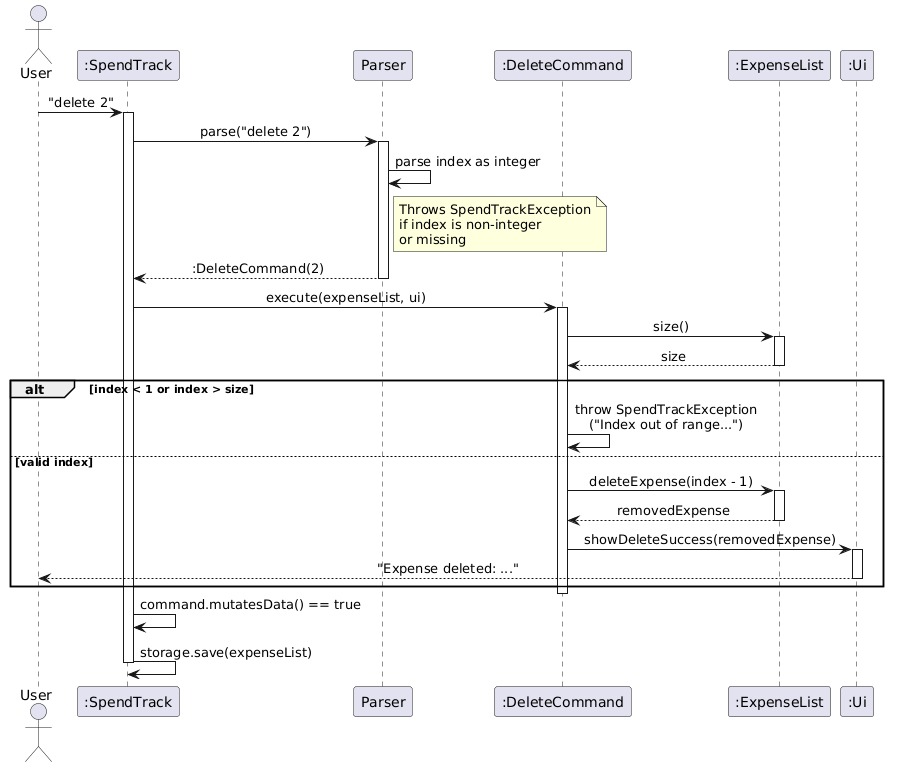
This is docs/images/DeleteCommandSequence.png from AbhijitBalajee/tp, a PlantUML export, as it was before one commit.
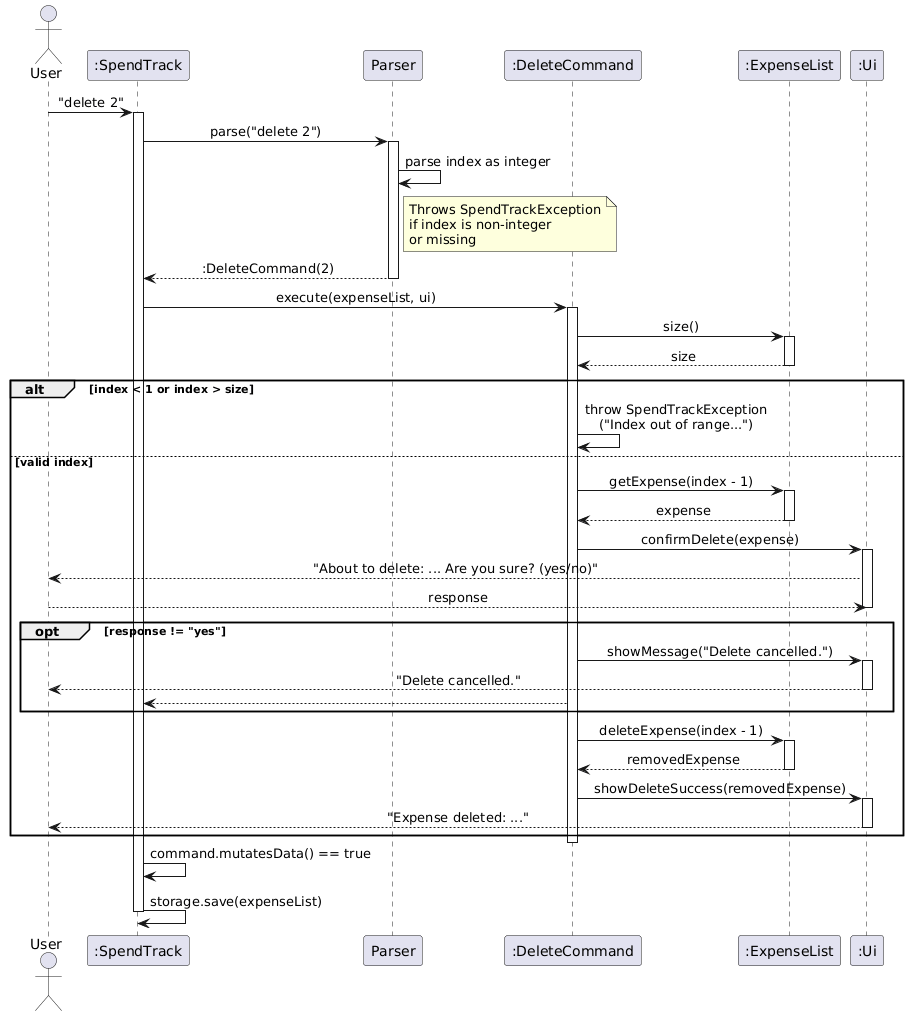
After the change.

Diff of the diagram source:
```diff
@@ -35,6 +35,22 @@
 alt index < 1 or index > size
     DC -> DC : throw SpendTrackException\n("Index out of range...")
 else valid index
+    DC -> EL : getExpense(index - 1)
+    activate EL
+    EL --> DC : expense
+    deactivate EL
+    DC -> UI : confirmDelete(expense)
+    activate UI
+    UI --> User : "About to delete: ... Are you sure? (yes/no)"
+    User --> UI : response
+    deactivate UI
+    opt response != "yes"
+        DC -> UI : showMessage("Delete cancelled.")
+        activate UI
+        UI --> User : "Delete cancelled."
+        deactivate UI
+        DC --> ST
+    end
     DC -> EL : deleteExpense(index - 1)
     activate EL
     EL --> DC : removedExpense
```
